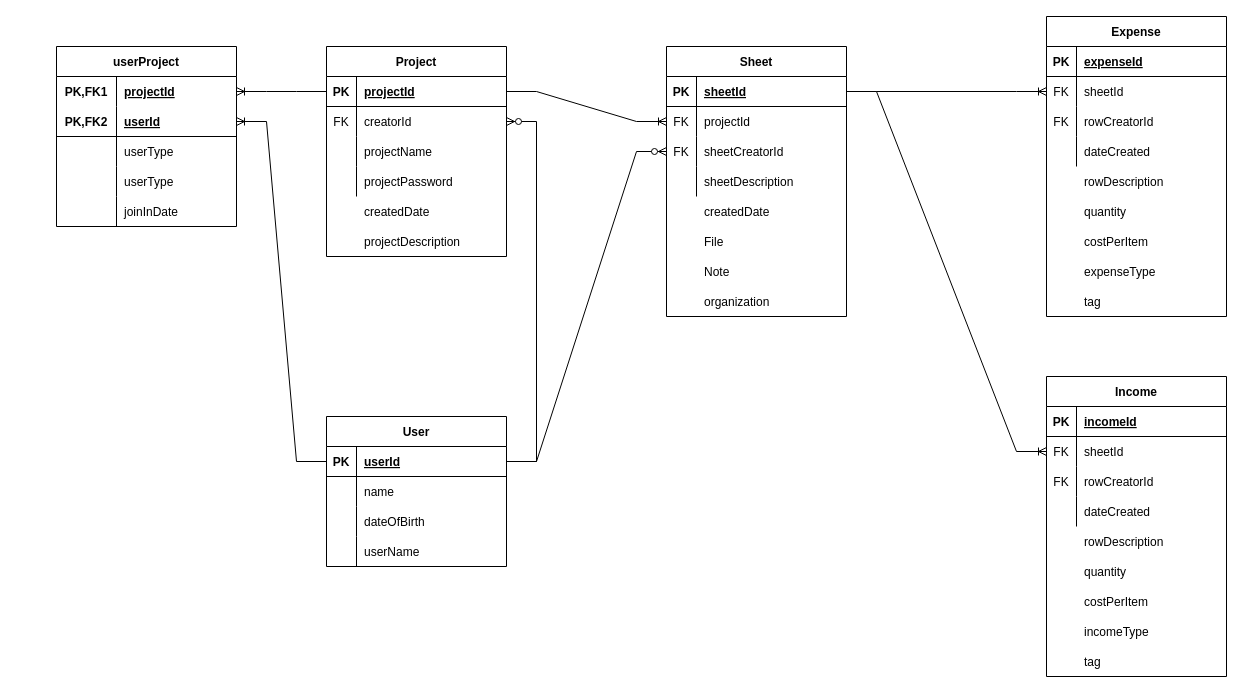
This is Documents/Database/databaseDesign.drawio from Han434/pocketedDays, a draw.io file, before an edit. Source tidied: cells renumbered, new cells numbered last; positions are measured from the earlier drawing's top-left corner, leaving out a move shared by most shapes. Both pictures are drawn from the tidied source at 100%, with x=0, y=0 at pixel (56, 16).
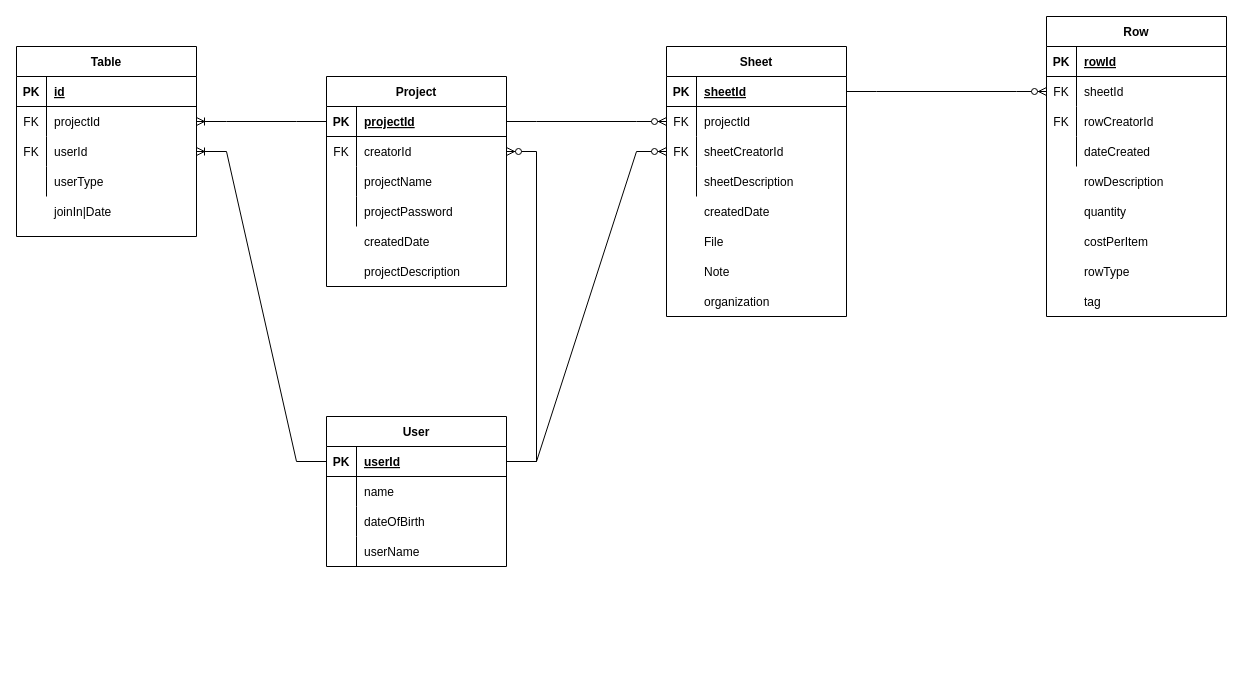
After the change.

Commit message (it also covers changes not shown here):
Update database design

Unchanged cells that the change refers to:
```xml
<mxCell id="3" style="shape=tableRow;horizontal=0;startSize=0;swimlaneHead=0;swimlaneBody=0;fillColor=none;points=[[0,0.5],[1,0.5]];portConstraint=eastwest;top=0;left=0;right=0;bottom=1;" parent="2" vertex="1">
  <mxGeometry y="30" width="180" height="30" as="geometry" />
</mxCell>
<mxCell id="16" style="shape=tableRow;horizontal=0;startSize=0;swimlaneHead=0;swimlaneBody=0;fillColor=none;points=[[0,0.5],[1,0.5]];portConstraint=eastwest;top=0;left=0;right=0;bottom=1;" parent="15" vertex="1">
  <mxGeometry y="30" width="180" height="30" as="geometry" />
</mxCell>
<mxCell id="30" style="shape=tableRow;horizontal=0;startSize=0;swimlaneHead=0;swimlaneBody=0;fillColor=none;points=[[0,0.5],[1,0.5]];portConstraint=eastwest;top=0;left=0;right=0;bottom=1;" parent="29" vertex="1">
  <mxGeometry y="30" width="180" height="30" as="geometry" />
</mxCell>
<mxCell id="33" style="shape=tableRow;horizontal=0;startSize=0;swimlaneHead=0;swimlaneBody=0;fillColor=none;points=[[0,0.5],[1,0.5]];portConstraint=eastwest;top=0;left=0;right=0;bottom=0;" parent="29" vertex="1">
  <mxGeometry y="60" width="180" height="30" as="geometry" />
</mxCell>
<mxCell id="65" style="shape=tableRow;horizontal=0;startSize=0;swimlaneHead=0;swimlaneBody=0;fillColor=none;top=0;left=0;right=0;bottom=1;" parent="64" vertex="1">
  <mxGeometry y="30" width="180" height="30" as="geometry" />
</mxCell>
<mxCell id="68" style="shape=tableRow;horizontal=0;startSize=0;swimlaneHead=0;swimlaneBody=0;fillColor=none;points=[[0,0.5],[1,0.5]];portConstraint=eastwest;top=0;left=0;right=0;bottom=0;" parent="64" vertex="1">
  <mxGeometry y="60" width="180" height="30" as="geometry" />
</mxCell>
```

The edit, as a diff of the source:
```diff
@@
     <mxCell id="15" value="Project" style="shape=table;startSize=30;childLayout=tableLayout;rowLines=0;fontStyle=1;align=center;" parent="1" vertex="1">
-      <mxGeometry x="270" y="30" width="180" height="210" as="geometry" />
+      <mxGeometry x="270" y="60" width="180" height="210" as="geometry" />
     </mxCell>
@@
     <mxCell id="28" value="projectDescription" style="shape=partialRectangle;fillColor=none;top=0;left=0;bottom=0;right=0;align=left;spacingLeft=6;overflow=hidden;" parent="1" vertex="1">
-      <mxGeometry x="300" y="210" width="150" height="30" as="geometry" />
+      <mxGeometry x="300" y="240" width="150" height="30" as="geometry" />
     </mxCell>
@@
     <mxCell id="44" value="createdDate" style="shape=partialRectangle;fillColor=none;top=0;left=0;bottom=0;right=0;align=left;spacingLeft=6;overflow=hidden;" parent="1" vertex="1">
-      <mxGeometry x="300" y="180" width="150" height="30" as="geometry" />
+      <mxGeometry x="300" y="210" width="150" height="30" as="geometry" />
     </mxCell>
-    <mxCell id="45" value="Income" style="shape=table;startSize=30;childLayout=tableLayout;rowLines=0;fontStyle=1;align=center;" parent="1" vertex="1">
-      <mxGeometry x="990" y="360" width="180" height="300" as="geometry" />
-    </mxCell>
-    <mxCell id="46" style="shape=tableRow;horizontal=0;startSize=0;swimlaneHead=0;swimlaneBody=0;fillColor=none;top=0;left=0;right=0;bottom=1;" parent="45" vertex="1">
-      <mxGeometry y="30" width="180" height="30" as="geometry" />
-    </mxCell>
-    <mxCell id="47" value="PK" style="shape=partialRectangle;fillColor=none;top=0;left=0;bottom=0;right=0;fontStyle=1;overflow=hidden;" parent="46" vertex="1">
-      <mxGeometry width="30" height="30" as="geometry" />
-    </mxCell>
-    <mxCell id="48" value="incomeId" style="shape=partialRectangle;fillColor=none;top=0;left=0;bottom=0;right=0;align=left;spacingLeft=6;fontStyle=5;overflow=hidden;" parent="46" vertex="1">
-      <mxGeometry x="30" width="150" height="30" as="geometry" />
-    </mxCell>
-    <mxCell id="49" style="shape=tableRow;horizontal=0;startSize=0;swimlaneHead=0;swimlaneBody=0;fillColor=none;points=[[0,0.5],[1,0.5]];portConstraint=eastwest;top=0;left=0;right=0;bottom=0;" parent="45" vertex="1">
-      <mxGeometry y="60" width="180" height="30" as="geometry" />
-    </mxCell>
-    <mxCell id="50" value="FK" style="shape=partialRectangle;fillColor=none;top=0;left=0;bottom=0;right=0;overflow=hidden;" parent="49" vertex="1">
-      <mxGeometry width="30" height="30" as="geometry" />
-    </mxCell>
-    <mxCell id="51" value="sheetId" style="shape=partialRectangle;fillColor=none;top=0;left=0;bottom=0;right=0;align=left;spacingLeft=6;overflow=hidden;" parent="49" vertex="1">
-      <mxGeometry x="30" width="150" height="30" as="geometry" />
-    </mxCell>
-    <mxCell id="52" style="shape=tableRow;horizontal=0;startSize=0;swimlaneHead=0;swimlaneBody=0;fillColor=none;top=0;left=0;right=0;bottom=0;" parent="45" vertex="1">
-      <mxGeometry y="90" width="180" height="30" as="geometry" />
-    </mxCell>
-    <mxCell id="53" value="FK" style="shape=partialRectangle;fillColor=none;top=0;left=0;bottom=0;right=0;overflow=hidden;" parent="52" vertex="1">
-      <mxGeometry width="30" height="30" as="geometry" />
-    </mxCell>
-    <mxCell id="54" value="rowCreatorId" style="shape=partialRectangle;fillColor=none;top=0;left=0;bottom=0;right=0;align=left;spacingLeft=6;overflow=hidden;" parent="52" vertex="1">
-      <mxGeometry x="30" width="150" height="30" as="geometry" />
-    </mxCell>
-    <mxCell id="55" style="shape=tableRow;horizontal=0;startSize=0;swimlaneHead=0;swimlaneBody=0;fillColor=none;top=0;left=0;right=0;bottom=0;" parent="45" vertex="1">
-      <mxGeometry y="120" width="180" height="30" as="geometry" />
-    </mxCell>
-    <mxCell id="56" style="shape=partialRectangle;fillColor=none;top=0;left=0;bottom=0;right=0;overflow=hidden;" parent="55" vertex="1">
-      <mxGeometry width="30" height="30" as="geometry" />
-    </mxCell>
-    <mxCell id="57" value="dateCreated" style="shape=partialRectangle;fillColor=none;top=0;left=0;bottom=0;right=0;align=left;spacingLeft=6;overflow=hidden;" parent="55" vertex="1">
-      <mxGeometry x="30" width="150" height="30" as="geometry" />
-    </mxCell>
-    <mxCell id="58" value="rowDescription" style="shape=partialRectangle;fillColor=none;top=0;left=0;bottom=0;right=0;align=left;spacingLeft=6;overflow=hidden;" parent="1" vertex="1">
-      <mxGeometry x="1020" y="510" width="150" height="30" as="geometry" />
-    </mxCell>
-    <mxCell id="59" value="quantity" style="shape=partialRectangle;fillColor=none;top=0;left=0;bottom=0;right=0;align=left;spacingLeft=6;overflow=hidden;" parent="1" vertex="1">
-      <mxGeometry x="1020" y="540" width="150" height="30" as="geometry" />
-    </mxCell>
-    <mxCell id="60" value="costPerItem" style="shape=partialRectangle;fillColor=none;top=0;left=0;bottom=0;right=0;align=left;spacingLeft=6;overflow=hidden;" parent="1" vertex="1">
-      <mxGeometry x="1020" y="570" width="150" height="30" as="geometry" />
-    </mxCell>
@@
-    <mxCell id="62" value="incomeType" style="shape=partialRectangle;fillColor=none;top=0;left=0;bottom=0;right=0;align=left;spacingLeft=6;overflow=hidden;" parent="1" vertex="1">
-      <mxGeometry x="1020" y="600" width="150" height="30" as="geometry" />
-    </mxCell>
-    <mxCell id="63" value="tag" style="shape=partialRectangle;fillColor=none;top=0;left=0;bottom=0;right=0;align=left;spacingLeft=6;overflow=hidden;" parent="1" vertex="1">
-      <mxGeometry x="1020" y="630" width="150" height="30" as="geometry" />
-    </mxCell>
-    <mxCell id="64" value="Expense" style="shape=table;startSize=30;childLayout=tableLayout;rowLines=0;fontStyle=1;align=center;" parent="1" vertex="1">
+    <mxCell id="64" value="Row" style="shape=table;startSize=30;childLayout=tableLayout;rowLines=0;fontStyle=1;align=center;" parent="1" vertex="1">
       <mxGeometry x="990" width="180" height="300" as="geometry" />
     </mxCell>
@@
-    <mxCell id="67" value="expenseId" style="shape=partialRectangle;fillColor=none;top=0;left=0;bottom=0;right=0;align=left;spacingLeft=6;fontStyle=5;overflow=hidden;" parent="65" vertex="1">
+    <mxCell id="67" value="rowId" style="shape=partialRectangle;fillColor=none;top=0;left=0;bottom=0;right=0;align=left;spacingLeft=6;fontStyle=5;overflow=hidden;" parent="65" vertex="1">
       <mxGeometry x="30" width="150" height="30" as="geometry" />
     </mxCell>
@@
-    <mxCell id="80" value="expenseType" style="shape=partialRectangle;fillColor=none;top=0;left=0;bottom=0;right=0;align=left;spacingLeft=6;overflow=hidden;" parent="1" vertex="1">
+    <mxCell id="80" value="rowType" style="shape=partialRectangle;fillColor=none;top=0;left=0;bottom=0;right=0;align=left;spacingLeft=6;overflow=hidden;" parent="1" vertex="1">
       <mxGeometry x="1020" y="240" width="150" height="30" as="geometry" />
     </mxCell>
@@
-    <mxCell id="82" style="edgeStyle=entityRelationEdgeStyle;fontSize=12;html=1;endArrow=ERoneToMany;rounded=0;exitX=0;exitY=0.5;exitDx=0;exitDy=0;" parent="1" edge="1" source="16" target="88">
+    <mxCell id="82" style="edgeStyle=entityRelationEdgeStyle;fontSize=12;html=1;endArrow=ERoneToMany;rounded=0;exitX=0;exitY=0.5;exitDx=0;exitDy=0;entryX=1;entryY=0.5;entryDx=0;entryDy=0;" parent="1" edge="1" source="16" target="49">
       <mxGeometry relative="1" as="geometry" />
     </mxCell>
-    <mxCell id="83" style="edgeStyle=entityRelationEdgeStyle;fontSize=12;html=1;endArrow=ERoneToMany;rounded=0;entryX=1;entryY=0.5;entryDx=0;entryDy=0;" parent="1" edge="1" source="3" target="91">
+    <mxCell id="83" style="edgeStyle=entityRelationEdgeStyle;fontSize=12;html=1;endArrow=ERoneToMany;rounded=0;entryX=1;entryY=0.5;entryDx=0;entryDy=0;" parent="1" edge="1" source="3" target="109">
       <mxGeometry relative="1" as="geometry" />
     </mxCell>
-    <mxCell id="84" style="edgeStyle=entityRelationEdgeStyle;fontSize=12;html=1;endArrow=ERoneToMany;rounded=0;entryX=0;entryY=0.5;entryDx=0;entryDy=0;" parent="1" edge="1" source="16" target="33">
-      <mxGeometry relative="1" as="geometry" />
-    </mxCell>
-    <mxCell id="85" style="edgeStyle=entityRelationEdgeStyle;fontSize=12;html=1;endArrow=ERoneToMany;rounded=0;exitX=1;exitY=0.5;exitDx=0;exitDy=0;" parent="1" edge="1" source="30" target="49">
-      <mxGeometry relative="1" as="geometry" />
-    </mxCell>
-    <mxCell id="86" style="edgeStyle=entityRelationEdgeStyle;fontSize=12;html=1;endArrow=ERoneToMany;rounded=0;exitX=1;exitY=0.5;exitDx=0;exitDy=0;entryX=0;entryY=0.5;entryDx=0;entryDy=0;" parent="1" edge="1" source="30" target="68">
-      <mxGeometry relative="1" as="geometry" />
-    </mxCell>
-    <mxCell id="87" value="userProject" style="shape=table;startSize=30;childLayout=tableLayout;rowLines=0;fontStyle=1;align=center;" parent="1" vertex="1">
-      <mxGeometry y="30" width="180" height="180" as="geometry" />
-    </mxCell>
-    <mxCell id="88" style="shape=tableRow;horizontal=0;startSize=0;swimlaneHead=0;swimlaneBody=0;fillColor=none;points=[[0,0.5],[1,0.5]];portConstraint=eastwest;top=0;left=0;right=0;bottom=0;" parent="87" vertex="1">
-      <mxGeometry y="30" width="180" height="30" as="geometry" />
-    </mxCell>
-    <mxCell id="89" value="PK,FK1" style="shape=partialRectangle;fillColor=none;top=0;left=0;bottom=0;right=0;fontStyle=1;overflow=hidden;" parent="88" vertex="1">
-      <mxGeometry width="60" height="30" as="geometry" />
-    </mxCell>
-    <mxCell id="90" value="projectId" style="shape=partialRectangle;fillColor=none;top=0;left=0;bottom=0;right=0;align=left;spacingLeft=6;fontStyle=5;overflow=hidden;" parent="88" vertex="1">
-      <mxGeometry x="60" width="120" height="30" as="geometry" />
-    </mxCell>
-    <mxCell id="91" style="shape=tableRow;horizontal=0;startSize=0;swimlaneHead=0;swimlaneBody=0;fillColor=none;points=[[0,0.5],[1,0.5]];portConstraint=eastwest;top=0;left=0;right=0;bottom=1;" parent="87" vertex="1">
-      <mxGeometry y="60" width="180" height="30" as="geometry" />
-    </mxCell>
-    <mxCell id="92" value="PK,FK2" style="shape=partialRectangle;fillColor=none;top=0;left=0;bottom=0;right=0;fontStyle=1;overflow=hidden;" parent="91" vertex="1">
-      <mxGeometry width="60" height="30" as="geometry" />
-    </mxCell>
-    <mxCell id="93" value="userId" style="shape=partialRectangle;fillColor=none;top=0;left=0;bottom=0;right=0;align=left;spacingLeft=6;fontStyle=5;overflow=hidden;" parent="91" vertex="1">
-      <mxGeometry x="60" width="120" height="30" as="geometry" />
-    </mxCell>
-    <mxCell id="94" style="shape=tableRow;horizontal=0;startSize=0;swimlaneHead=0;swimlaneBody=0;fillColor=none;top=0;left=0;right=0;bottom=0;" parent="87" vertex="1">
-      <mxGeometry y="90" width="180" height="30" as="geometry" />
-    </mxCell>
-    <mxCell id="95" style="shape=partialRectangle;fillColor=none;top=0;left=0;bottom=0;right=0;overflow=hidden;" parent="94" vertex="1">
-      <mxGeometry width="60" height="30" as="geometry" />
-    </mxCell>
-    <mxCell id="96" value="userType" style="shape=partialRectangle;fillColor=none;top=0;left=0;bottom=0;right=0;align=left;spacingLeft=6;overflow=hidden;" parent="94" vertex="1">
-      <mxGeometry x="60" width="120" height="30" as="geometry" />
-    </mxCell>
-    <mxCell id="97" style="shape=tableRow;horizontal=0;startSize=0;swimlaneHead=0;swimlaneBody=0;fillColor=none;top=0;left=0;right=0;bottom=0;" parent="87" vertex="1">
-      <mxGeometry y="120" width="180" height="30" as="geometry" />
-    </mxCell>
-    <mxCell id="98" style="shape=partialRectangle;fillColor=none;top=0;left=0;bottom=0;right=0;overflow=hidden;" parent="97" vertex="1">
-      <mxGeometry width="60" height="30" as="geometry" />
-    </mxCell>
-    <mxCell id="99" value="userType" style="shape=partialRectangle;fillColor=none;top=0;left=0;bottom=0;right=0;align=left;spacingLeft=6;overflow=hidden;" parent="97" vertex="1">
-      <mxGeometry x="60" width="120" height="30" as="geometry" />
-    </mxCell>
-    <mxCell id="100" style="shape=tableRow;horizontal=0;startSize=0;swimlaneHead=0;swimlaneBody=0;fillColor=none;top=0;left=0;right=0;bottom=0;" parent="87" vertex="1">
-      <mxGeometry y="150" width="180" height="30" as="geometry" />
-    </mxCell>
-    <mxCell id="101" style="shape=partialRectangle;fillColor=none;top=0;left=0;bottom=0;right=0;overflow=hidden;" parent="100" vertex="1">
-      <mxGeometry width="60" height="30" as="geometry" />
-    </mxCell>
-    <mxCell id="102" value="joinInDate" style="shape=partialRectangle;fillColor=none;top=0;left=0;bottom=0;right=0;align=left;spacingLeft=6;overflow=hidden;" parent="100" vertex="1">
-      <mxGeometry x="60" width="120" height="30" as="geometry" />
-    </mxCell>
@@
+    <mxCell id="84" style="edgeStyle=entityRelationEdgeStyle;fontSize=12;html=1;endArrow=ERzeroToMany;endFill=1;rounded=0;exitX=1;exitY=0.5;exitDx=0;exitDy=0;entryX=0;entryY=0.5;entryDx=0;entryDy=0;" parent="1" edge="1" source="16" target="33">
+      <mxGeometry relative="1" as="geometry" />
+    </mxCell>
+    <mxCell id="86" style="edgeStyle=entityRelationEdgeStyle;fontSize=12;html=1;endArrow=ERzeroToMany;endFill=1;rounded=0;exitX=1;exitY=0.5;exitDx=0;exitDy=0;entryX=0;entryY=0.5;entryDx=0;entryDy=0;" parent="1" edge="1" source="30" target="68">
+      <mxGeometry relative="1" as="geometry" />
+    </mxCell>
+    <mxCell id="106" value="Table" style="shape=table;startSize=30;childLayout=tableLayout;rowLines=0;fontStyle=1;align=center;" parent="1" vertex="1">
+      <mxGeometry x="-40" y="30" width="180" height="190" as="geometry" />
+    </mxCell>
+    <mxCell id="46" style="shape=tableRow;horizontal=0;startSize=0;swimlaneHead=0;swimlaneBody=0;fillColor=none;top=0;left=0;right=0;bottom=1;" parent="106" vertex="1">
+      <mxGeometry y="30" width="180" height="30" as="geometry" />
+    </mxCell>
+    <mxCell id="47" value="PK" style="shape=partialRectangle;fillColor=none;top=0;left=0;bottom=0;right=0;fontStyle=1;overflow=hidden;" parent="46" vertex="1">
+      <mxGeometry width="30" height="30" as="geometry" />
+    </mxCell>
+    <mxCell id="107" value="id" style="shape=partialRectangle;fillColor=none;top=0;left=0;bottom=0;right=0;align=left;spacingLeft=6;fontStyle=5;overflow=hidden;" parent="46" vertex="1">
+      <mxGeometry x="30" width="150" height="30" as="geometry" />
+    </mxCell>
+    <mxCell id="49" style="shape=tableRow;horizontal=0;startSize=0;swimlaneHead=0;swimlaneBody=0;fillColor=none;points=[[0,0.5],[1,0.5]];portConstraint=eastwest;top=0;left=0;right=0;bottom=0;" parent="106" vertex="1">
+      <mxGeometry y="60" width="180" height="30" as="geometry" />
+    </mxCell>
+    <mxCell id="108" value="FK" style="shape=partialRectangle;fillColor=none;top=0;left=0;bottom=0;right=0;overflow=hidden;" parent="49" vertex="1">
+      <mxGeometry width="30" height="30" as="geometry" />
+    </mxCell>
+    <mxCell id="90" value="projectId" style="shape=partialRectangle;fillColor=none;top=0;left=0;bottom=0;right=0;align=left;spacingLeft=6;overflow=hidden;" parent="49" vertex="1">
+      <mxGeometry x="30" width="150" height="30" as="geometry" />
+    </mxCell>
+    <mxCell id="109" style="shape=tableRow;horizontal=0;startSize=0;swimlaneHead=0;swimlaneBody=0;fillColor=none;points=[[0,0.5],[1,0.5]];portConstraint=eastwest;top=0;left=0;right=0;bottom=0;" parent="106" vertex="1">
+      <mxGeometry y="90" width="180" height="30" as="geometry" />
+    </mxCell>
+    <mxCell id="110" value="FK" style="shape=partialRectangle;fillColor=none;top=0;left=0;bottom=0;right=0;overflow=hidden;" parent="109" vertex="1">
+      <mxGeometry width="30" height="30" as="geometry" />
+    </mxCell>
+    <mxCell id="93" value="userId" style="shape=partialRectangle;fillColor=none;top=0;left=0;bottom=0;right=0;align=left;spacingLeft=6;overflow=hidden;" parent="109" vertex="1">
+      <mxGeometry x="30" width="150" height="30" as="geometry" />
+    </mxCell>
+    <mxCell id="111" style="shape=tableRow;horizontal=0;startSize=0;swimlaneHead=0;swimlaneBody=0;fillColor=none;top=0;left=0;right=0;bottom=0;" parent="106" vertex="1">
+      <mxGeometry y="120" width="180" height="30" as="geometry" />
+    </mxCell>
+    <mxCell id="56" style="shape=partialRectangle;fillColor=none;top=0;left=0;bottom=0;right=0;overflow=hidden;" parent="111" vertex="1">
+      <mxGeometry width="30" height="30" as="geometry" />
+    </mxCell>
+    <mxCell id="112" value="userType" style="shape=partialRectangle;fillColor=none;top=0;left=0;bottom=0;right=0;align=left;spacingLeft=6;overflow=hidden;" parent="111" vertex="1">
+      <mxGeometry x="30" width="150" height="30" as="geometry" />
+    </mxCell>
+    <mxCell id="113" value="joinIn|Date" style="shape=partialRectangle;fillColor=none;top=0;left=0;bottom=0;right=0;align=left;spacingLeft=6;overflow=hidden;" parent="1" vertex="1">
+      <mxGeometry x="-10" y="180" width="150" height="30" as="geometry" />
+    </mxCell>
```
